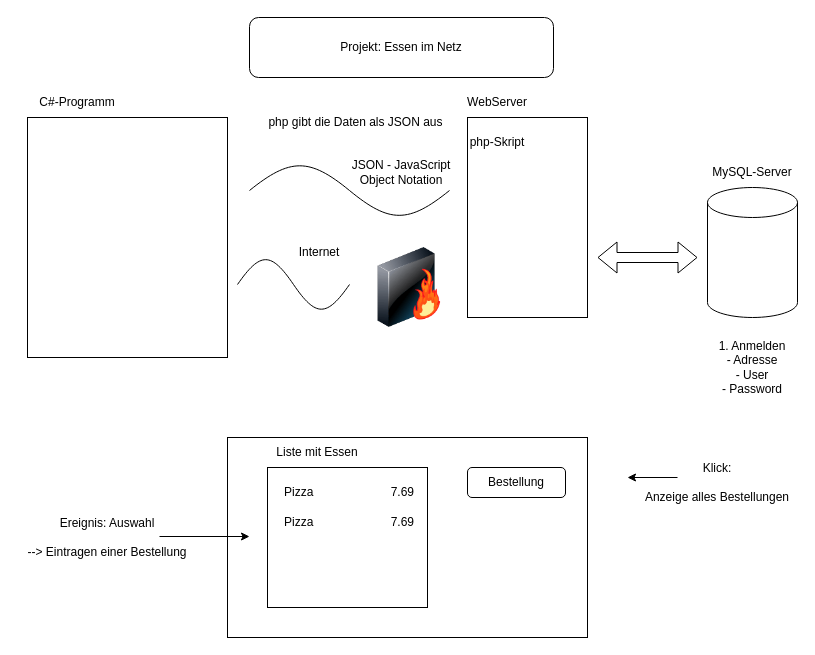
Above: C#/img/anwendung.drawio in labpa/Schule (draw.io), before the change. Source tidied: cells renumbered, new cells numbered last; positions are measured from the earlier drawing's top-left corner, leaving out a move shared by most shapes. Both pictures are drawn from the tidied source at 100%, with x=0, y=0 at pixel (17, 17).
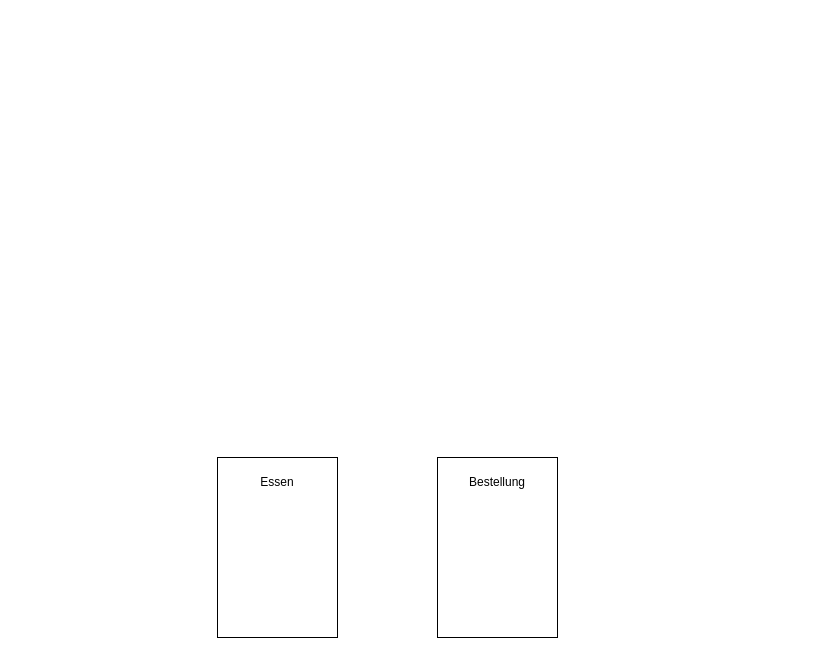
After the change.

Change to the diagram source:
```diff
@@
-    <mxCell id="2" value="Projekt: Essen im Netz" style="rounded=1;whiteSpace=wrap;html=1;" parent="1" vertex="1">
-      <mxGeometry x="232" width="304" height="60" as="geometry" />
-    </mxCell>
-    <mxCell id="3" style="rounded=0;whiteSpace=wrap;html=1;" parent="1" vertex="1">
-      <mxGeometry x="10" y="100" width="200" height="240" as="geometry" />
-    </mxCell>
-    <mxCell id="4" value="C#-Programm" style="text;html=1;strokeColor=none;fillColor=none;align=center;verticalAlign=middle;whiteSpace=wrap;rounded=0;" parent="1" vertex="1">
-      <mxGeometry x="10" y="70" width="100" height="30" as="geometry" />
-    </mxCell>
-    <mxCell id="5" style="rounded=0;whiteSpace=wrap;html=1;" parent="1" vertex="1">
-      <mxGeometry x="450" y="100" width="120" height="200" as="geometry" />
-    </mxCell>
-    <mxCell id="6" value="WebServer" style="text;html=1;strokeColor=none;fillColor=none;align=center;verticalAlign=middle;whiteSpace=wrap;rounded=0;" parent="1" vertex="1">
-      <mxGeometry x="450" y="70" width="60" height="30" as="geometry" />
-    </mxCell>
-    <mxCell id="7" value="php-Skript" style="text;html=1;strokeColor=none;fillColor=none;align=center;verticalAlign=middle;whiteSpace=wrap;rounded=0;" parent="1" vertex="1">
-      <mxGeometry x="450" y="110" width="60" height="30" as="geometry" />
-    </mxCell>
-    <mxCell id="8" style="shape=cylinder3;whiteSpace=wrap;html=1;boundedLbl=1;backgroundOutline=1;size=15;" parent="1" vertex="1">
-      <mxGeometry x="690" y="170" width="90" height="130" as="geometry" />
-    </mxCell>
-    <mxCell id="9" value="MySQL-Server" style="text;html=1;strokeColor=none;fillColor=none;align=center;verticalAlign=middle;whiteSpace=wrap;rounded=0;" parent="1" vertex="1">
-      <mxGeometry x="690" y="140" width="90" height="30" as="geometry" />
-    </mxCell>
-    <mxCell id="10" value="1. Anmelden&lt;br&gt;- Adresse&lt;br&gt;- User&lt;br&gt;- Password" style="text;html=1;strokeColor=none;fillColor=none;align=center;verticalAlign=middle;whiteSpace=wrap;rounded=0;" parent="1" vertex="1">
-      <mxGeometry x="700" y="310" width="70" height="80" as="geometry" />
-    </mxCell>
-    <mxCell id="11" style="shape=flexArrow;endArrow=classic;startArrow=classic;html=1;" parent="1" edge="1">
-      <mxGeometry relative="1" as="geometry">
-        <mxPoint x="580" y="240" as="sourcePoint" />
-        <mxPoint x="680" y="240" as="targetPoint" />
-      </mxGeometry>
-    </mxCell>
-    <mxCell id="12" style="verticalLabelPosition=bottom;shadow=0;dashed=0;align=center;html=1;verticalAlign=top;shape=mxgraph.electrical.waveforms.sine_wave;" parent="1" vertex="1">
-      <mxGeometry x="232" y="140" width="200" height="66.2" as="geometry" />
-    </mxCell>
-    <mxCell id="13" style="verticalLabelPosition=bottom;shadow=0;dashed=0;align=center;html=1;verticalAlign=top;shape=mxgraph.electrical.waveforms.sine_wave;rotation=-180;" parent="1" vertex="1">
-      <mxGeometry x="220" y="233.8" width="112" height="66.2" as="geometry" />
-    </mxCell>
-    <mxCell id="14" style="image;html=1;image=img/lib/clip_art/networking/Firewall-page1_128x128.png;" parent="1" vertex="1">
-      <mxGeometry x="352" y="230" width="80" height="80" as="geometry" />
-    </mxCell>
-    <mxCell id="15" value="Internet" style="text;html=1;strokeColor=none;fillColor=none;align=center;verticalAlign=middle;whiteSpace=wrap;rounded=0;" parent="1" vertex="1">
-      <mxGeometry x="272" y="220" width="60" height="30" as="geometry" />
-    </mxCell>
-    <mxCell id="16" value="php gibt die Daten als JSON aus" style="text;html=1;strokeColor=none;fillColor=none;align=center;verticalAlign=middle;whiteSpace=wrap;rounded=0;" parent="1" vertex="1">
-      <mxGeometry x="250" y="90" width="177" height="30" as="geometry" />
-    </mxCell>
-    <mxCell id="17" value="JSON - JavaScript Object Notation" style="text;html=1;strokeColor=none;fillColor=none;align=center;verticalAlign=middle;whiteSpace=wrap;rounded=0;" parent="1" vertex="1">
-      <mxGeometry x="330" y="140" width="108" height="30" as="geometry" />
-    </mxCell>
-    <mxCell id="18" style="rounded=0;whiteSpace=wrap;html=1;" parent="1" vertex="1">
-      <mxGeometry x="210" y="420" width="360" height="200" as="geometry" />
-    </mxCell>
-    <mxCell id="19" value="Liste mit Essen" style="text;html=1;strokeColor=none;fillColor=none;align=center;verticalAlign=middle;whiteSpace=wrap;rounded=0;" parent="1" vertex="1">
-      <mxGeometry x="250" y="420" width="100" height="30" as="geometry" />
-    </mxCell>
-    <mxCell id="20" style="rounded=0;whiteSpace=wrap;html=1;" parent="1" vertex="1">
-      <mxGeometry x="250" y="450" width="160" height="140" as="geometry" />
-    </mxCell>
-    <mxCell id="21" value="Pizza&lt;span style=&quot;white-space: pre;&quot;&gt;&#9;&lt;/span&gt;&lt;span style=&quot;white-space: pre;&quot;&gt;&#9;&lt;/span&gt;&lt;span style=&quot;white-space: pre;&quot;&gt;&#9;&lt;/span&gt;7.69" style="text;html=1;strokeColor=none;fillColor=none;align=center;verticalAlign=middle;whiteSpace=wrap;rounded=0;" parent="1" vertex="1">
-      <mxGeometry x="253" y="460" width="158" height="30" as="geometry" />
-    </mxCell>
-    <mxCell id="22" value="Pizza&lt;span style=&quot;white-space: pre;&quot;&gt;&#9;&lt;/span&gt;&lt;span style=&quot;white-space: pre;&quot;&gt;&#9;&lt;/span&gt;&lt;span style=&quot;white-space: pre;&quot;&gt;&#9;&lt;/span&gt;7.69" style="text;html=1;strokeColor=none;fillColor=none;align=center;verticalAlign=middle;whiteSpace=wrap;rounded=0;" parent="1" vertex="1">
-      <mxGeometry x="253" y="490" width="158" height="30" as="geometry" />
-    </mxCell>
+    <mxCell id="28" style="rounded=0;whiteSpace=wrap;html=1;" parent="1" vertex="1">
+      <mxGeometry x="200" y="440" width="120" height="180" as="geometry" />
+    </mxCell>
+    <mxCell id="29" style="rounded=0;whiteSpace=wrap;html=1;" parent="1" vertex="1">
+      <mxGeometry x="420" y="440" width="120" height="180" as="geometry" />
+    </mxCell>
-    <mxCell id="23" value="Bestellung" style="rounded=1;whiteSpace=wrap;html=1;" parent="1" vertex="1">
-      <mxGeometry x="450" y="450" width="98" height="30" as="geometry" />
+    <mxCell id="23" value="Bestellung" style="text;html=1;strokeColor=none;fillColor=none;align=center;verticalAlign=middle;whiteSpace=wrap;rounded=0;" parent="1" vertex="1">
+      <mxGeometry x="450" y="450" width="60" height="30" as="geometry" />
     </mxCell>
-    <mxCell id="24" style="endArrow=classic;html=1;" parent="1" edge="1">
-      <mxGeometry relative="1" as="geometry">
-        <mxPoint x="660" y="460" as="sourcePoint" />
-        <mxPoint x="610" y="460" as="targetPoint" />
-      </mxGeometry>
-    </mxCell>
-    <mxCell id="25" value="Klick:&lt;br&gt;&lt;br&gt;Anzeige alles Bestellungen" style="text;html=1;strokeColor=none;fillColor=none;align=center;verticalAlign=middle;whiteSpace=wrap;rounded=0;" parent="1" vertex="1">
-      <mxGeometry x="620" y="450" width="160" height="30" as="geometry" />
-    </mxCell>
-    <mxCell id="26" value="Ereignis: Auswahl&lt;br&gt;&lt;br&gt;--&amp;gt; Eintragen einer Bestellung" style="text;html=1;strokeColor=none;fillColor=none;align=center;verticalAlign=middle;whiteSpace=wrap;rounded=0;" parent="1" vertex="1">
-      <mxGeometry y="505" width="180" height="30" as="geometry" />
-    </mxCell>
-    <mxCell id="27" style="endArrow=classic;html=1;" parent="1" edge="1">
-      <mxGeometry relative="1" as="geometry">
-        <mxPoint x="142" y="519" as="sourcePoint" />
-        <mxPoint x="232" y="519" as="targetPoint" />
-      </mxGeometry>
-    </mxCell>
+    <mxCell id="30" value="Essen" style="text;html=1;strokeColor=none;fillColor=none;align=center;verticalAlign=middle;whiteSpace=wrap;rounded=0;" parent="1" vertex="1">
+      <mxGeometry x="230" y="450" width="60" height="30" as="geometry" />
+    </mxCell>
```
